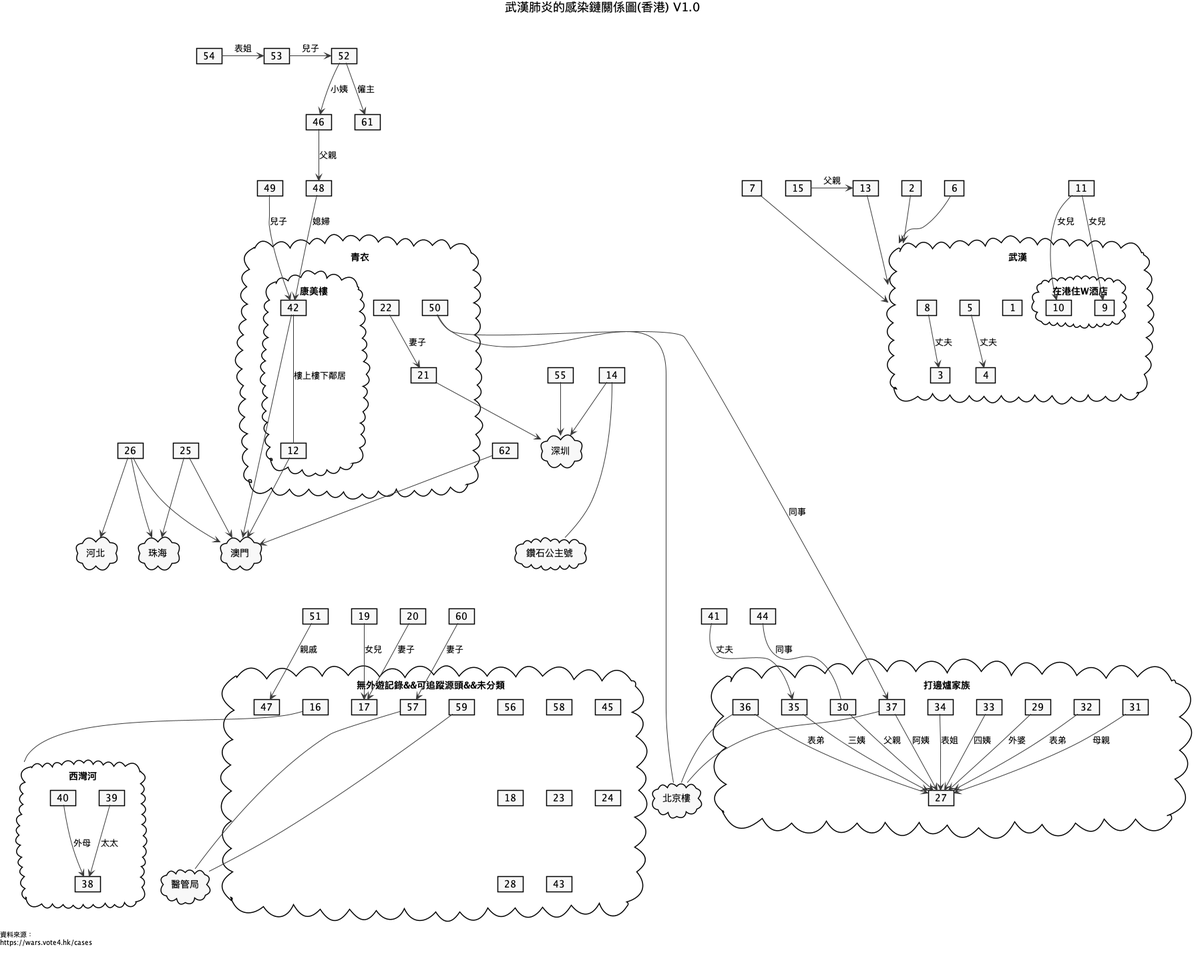
Earlier version of the PlantUML export wuhan-virus-spread-hongkong.png (benlau/wuhan-virus-info).
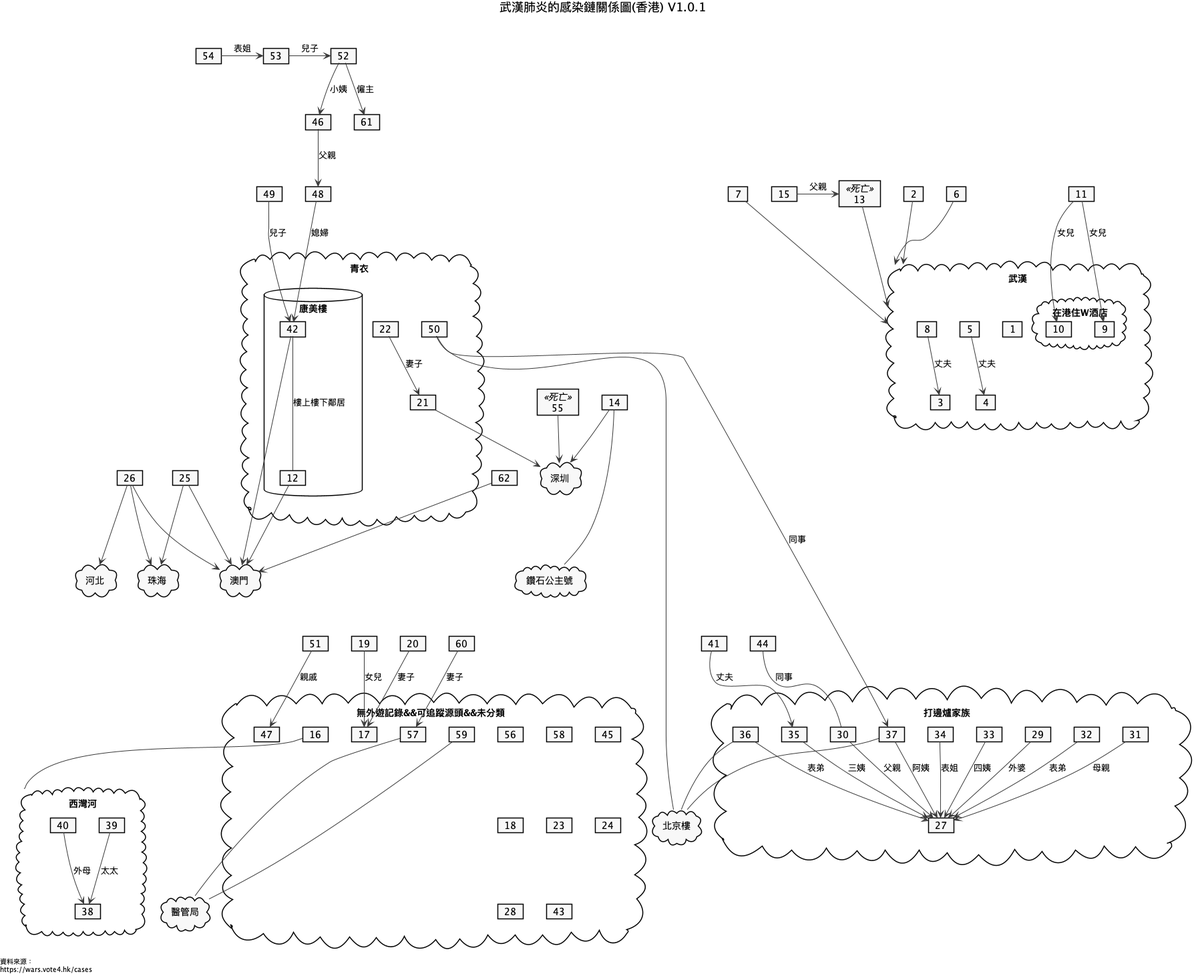
After the commit.

Commit message:
加入死亡資訊

Change to the diagram source:
```diff
@@ -21,7 +21,7 @@
 	FontColor black
 }
 
-title 武漢肺炎的感染鏈關係圖(香港) V1.0\n\n
+title 武漢肺炎的感染鏈關係圖(香港) V1.0.1\n\n
 
 cloud "深圳" as ShenZhen
 
@@ -31,7 +31,7 @@
 
 cloud "青衣" as TsingYi {
 
-  cloud "康美樓" as HongMei {
+  database "康美樓" as HongMei {
     card 42
     card 12
     42 --- 12: 樓上樓下鄰居
@@ -128,7 +128,7 @@
 card 46
 card 52
 card 61
-card 13
+card 13 <<死亡>>
 card 15
 card 19
 card 20
@@ -137,7 +137,7 @@
 card 49
 card 54
 card 53
-card 55
+card 55 <<死亡>>
 card 60
 card 62
 
```
